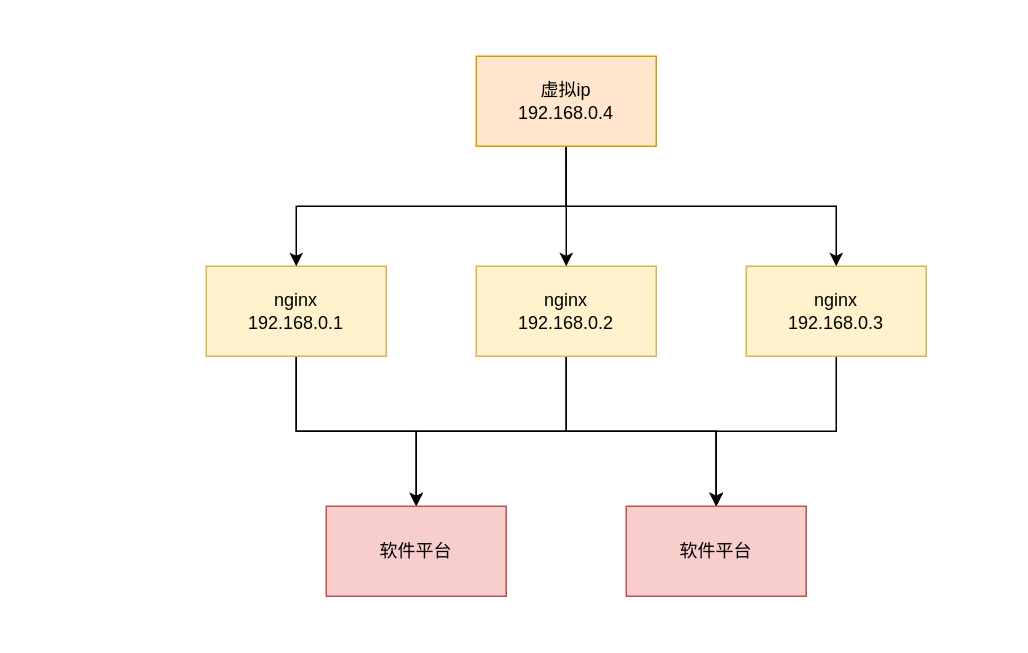
This is 集群相关.drawio from chaselch/chasel-draw-pic, a draw.io file, before an edit. Source tidied: cells renumbered, new cells numbered last; positions are measured from the earlier drawing's top-left corner, leaving out a move shared by most shapes. Both pictures are drawn from the tidied source at 150%, with x=0, y=0 at pixel (206, 56).
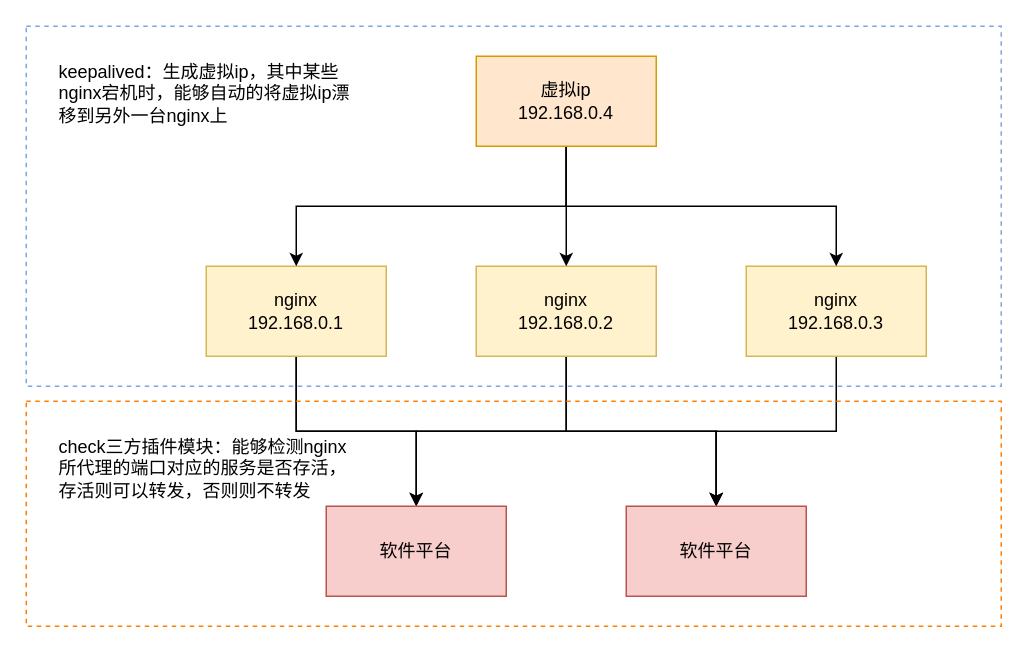
The same page after the edit.

Commit message (it also covers changes not shown here):
更新集群相关.drawio

Change to the diagram source:
```diff
@@
 <mxGraphModel>
   <root>
     <mxCell id="0" />
     <mxCell id="1" parent="0" />
     <mxCell id="2" style="edgeStyle=orthogonalEdgeStyle;rounded=0;jettySize=auto;html=1;exitX=0.5;exitY=1;exitDx=0;exitDy=0;" parent="1" edge="1" source="4" target="14">
       <mxGeometry relative="1" as="geometry" />
     </mxCell>
     <mxCell id="3" style="edgeStyle=orthogonalEdgeStyle;rounded=0;jettySize=auto;html=1;exitX=0.5;exitY=1;exitDx=0;exitDy=0;entryX=0.5;entryY=0;entryDx=0;entryDy=0;" parent="1" edge="1" source="4" target="15">
       <mxGeometry relative="1" as="geometry" />
     </mxCell>
     <mxCell id="4" value="nginx&lt;br&gt;192.168.0.1" style="rounded=0;whiteSpace=wrap;html=1;fillColor=#fff2cc;strokeColor=#d6b656;" parent="1" vertex="1">
       <mxGeometry y="140" width="120" height="60" as="geometry" />
     </mxCell>
     <mxCell id="5" style="edgeStyle=orthogonalEdgeStyle;rounded=0;jettySize=auto;html=1;exitX=0.5;exitY=1;exitDx=0;exitDy=0;" parent="1" edge="1" source="7" target="14">
       <mxGeometry relative="1" as="geometry" />
     </mxCell>
     <mxCell id="6" style="edgeStyle=orthogonalEdgeStyle;rounded=0;jettySize=auto;html=1;exitX=0.5;exitY=1;exitDx=0;exitDy=0;" parent="1" edge="1" source="7" target="15">
       <mxGeometry relative="1" as="geometry" />
     </mxCell>
     <mxCell id="7" value="nginx&lt;br&gt;192.168.0.2" style="rounded=0;whiteSpace=wrap;html=1;fillColor=#fff2cc;strokeColor=#d6b656;" parent="1" vertex="1">
       <mxGeometry x="180" y="140" width="120" height="60" as="geometry" />
     </mxCell>
     <mxCell id="8" style="edgeStyle=orthogonalEdgeStyle;rounded=0;jettySize=auto;html=1;" parent="1" edge="1" source="9" target="15">
       <mxGeometry relative="1" as="geometry" />
     </mxCell>
     <mxCell id="9" value="nginx&lt;br&gt;192.168.0.3" style="rounded=0;whiteSpace=wrap;html=1;fillColor=#fff2cc;strokeColor=#d6b656;" parent="1" vertex="1">
       <mxGeometry x="360" y="140" width="120" height="60" as="geometry" />
     </mxCell>
     <mxCell id="10" style="edgeStyle=orthogonalEdgeStyle;rounded=0;jettySize=auto;html=1;exitX=0.5;exitY=1;exitDx=0;exitDy=0;" parent="1" edge="1" source="13" target="7">
       <mxGeometry relative="1" as="geometry" />
     </mxCell>
     <mxCell id="11" style="edgeStyle=orthogonalEdgeStyle;rounded=0;jettySize=auto;html=1;exitX=0.5;exitY=1;exitDx=0;exitDy=0;entryX=0.5;entryY=0;entryDx=0;entryDy=0;" parent="1" edge="1" source="13" target="4">
       <mxGeometry relative="1" as="geometry" />
     </mxCell>
     <mxCell id="12" style="edgeStyle=orthogonalEdgeStyle;rounded=0;jettySize=auto;html=1;exitX=0.5;exitY=1;exitDx=0;exitDy=0;" parent="1" edge="1" source="13" target="9">
       <mxGeometry relative="1" as="geometry" />
     </mxCell>
     <mxCell id="13" value="虚拟ip&lt;br&gt;192.168.0.4" style="rounded=0;whiteSpace=wrap;html=1;fillColor=#ffe6cc;strokeColor=#d79b00;" parent="1" vertex="1">
       <mxGeometry x="180" width="120" height="60" as="geometry" />
     </mxCell>
     <mxCell id="14" value="软件平台" style="rounded=0;whiteSpace=wrap;html=1;fillColor=#f8cecc;strokeColor=#b85450;" parent="1" vertex="1">
       <mxGeometry x="80" y="300" width="120" height="60" as="geometry" />
     </mxCell>
     <mxCell id="15" value="软件平台" style="rounded=0;whiteSpace=wrap;html=1;fillColor=#f8cecc;strokeColor=#b85450;" parent="1" vertex="1">
       <mxGeometry x="280" y="300" width="120" height="60" as="geometry" />
     </mxCell>
+    <mxCell id="16" style="rounded=0;whiteSpace=wrap;html=1;fillColor=none;dashed=1;strokeColor=#7EA6E0;" parent="1" vertex="1">
+      <mxGeometry x="-120" y="-20" width="650" height="240" as="geometry" />
+    </mxCell>
+    <mxCell id="17" value="keepalived：生成虚拟ip，其中某些nginx宕机时，能够自动的将虚拟ip漂移到另外一台nginx上" style="text;html=1;strokeColor=none;fillColor=none;align=left;verticalAlign=middle;whiteSpace=wrap;rounded=0;dashed=1;" parent="1" vertex="1">
+      <mxGeometry x="-100" width="200" height="50" as="geometry" />
+    </mxCell>
+    <mxCell id="18" style="rounded=0;whiteSpace=wrap;html=1;fillColor=none;dashed=1;strokeColor=#FF8000;" parent="1" vertex="1">
+      <mxGeometry x="-120" y="230" width="650" height="150" as="geometry" />
+    </mxCell>
+    <mxCell id="19" value="check三方插件模块：能够检测nginx所代理的端口对应的服务是否存活，存活则可以转发，否则则不转发" style="text;html=1;strokeColor=none;fillColor=none;align=left;verticalAlign=middle;whiteSpace=wrap;rounded=0;dashed=1;" parent="1" vertex="1">
+      <mxGeometry x="-100" y="250" width="200" height="50" as="geometry" />
+    </mxCell>
   </root>
 </mxGraphModel>
```
